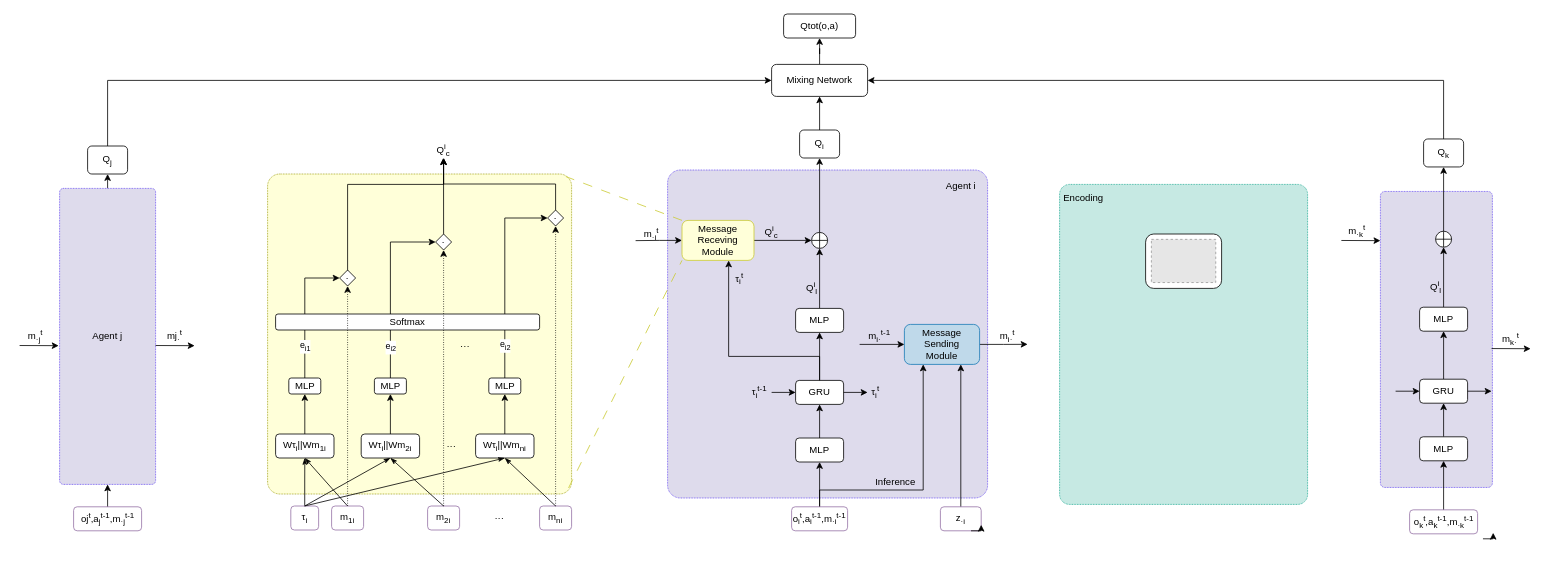
Before: network.drawio in fan-zine/drawio, a draw.io diagram. Source tidied: cells renumbered, new cells numbered last; positions are measured from the earlier drawing's top-left corner, leaving out a move shared by most shapes. Both pictures are drawn from the tidied source at 80%, with x=0, y=0 at pixel (19, 14). Pictures stored in the file or linked from it are replaced by grey dashed boxes.
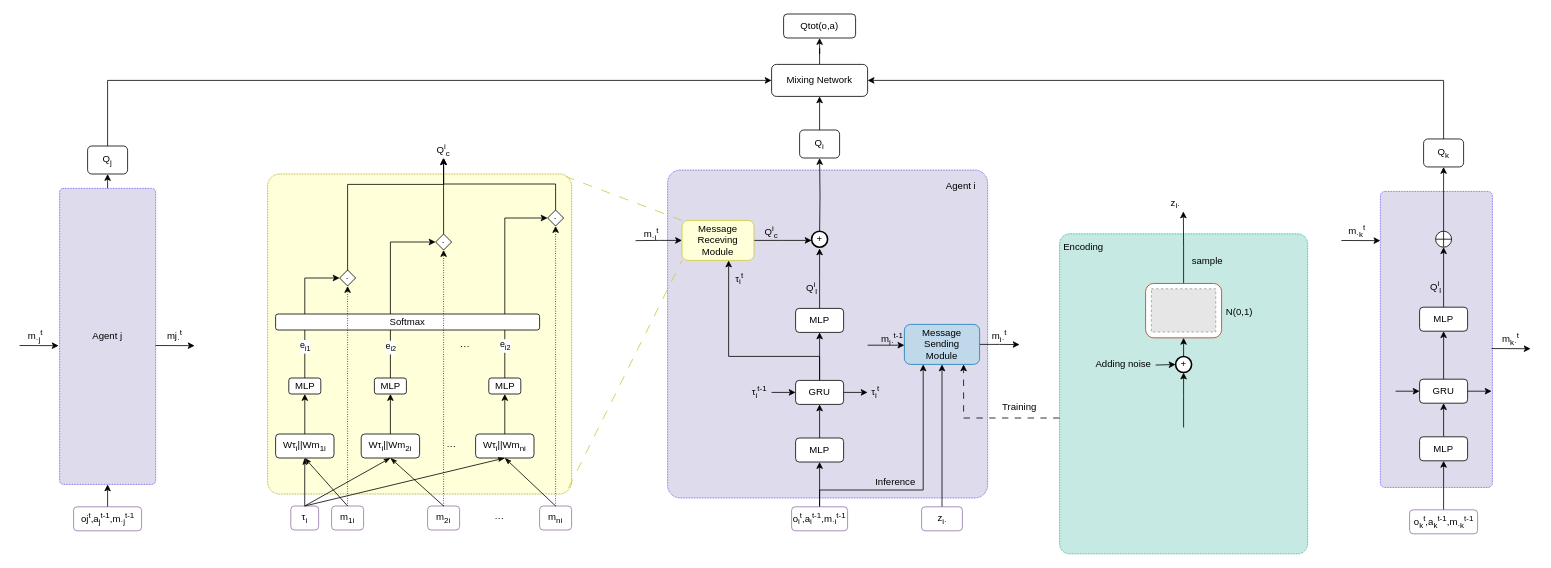
The same diagram, later.

The change refers to these unchanged cells:
```xml
<mxCell id="14" value="o&lt;sub&gt;i&lt;/sub&gt;&lt;sup&gt;t&lt;/sup&gt;,a&lt;sub&gt;i&lt;/sub&gt;&lt;sup&gt;t-1&lt;/sup&gt;,m&lt;sub&gt;·i&lt;/sub&gt;&lt;sup&gt;t-1&lt;/sup&gt;" style="text;html=1;align=center;verticalAlign=middle;whiteSpace=wrap;rounded=1;fillColor=none;strokeColor=#9673a6;" parent="1" vertex="1">
  <mxGeometry x="965" y="616" width="70" height="30" as="geometry" />
</mxCell>
<mxCell id="16" value="MLP" style="rounded=1;whiteSpace=wrap;html=1;" parent="1" vertex="1">
  <mxGeometry x="970" y="368" width="60" height="30" as="geometry" />
</mxCell>
<mxCell id="26" value="Message&lt;br&gt;Sending&lt;br&gt;Module" style="rounded=1;whiteSpace=wrap;html=1;fillColor=#bfd9ea;strokeColor=#1a7bb7;" parent="1" vertex="1">
  <mxGeometry x="1106" y="388" width="94" height="50" as="geometry" />
</mxCell>
<mxCell id="30" value="Message&lt;br&gt;Receving&lt;br&gt;Module" style="rounded=1;whiteSpace=wrap;html=1;fillColor=#ffffd9;strokeColor=#cbcb34;" parent="1" vertex="1">
  <mxGeometry x="828" y="258" width="90" height="50" as="geometry" />
</mxCell>
<mxCell id="98" value="Q&lt;sub&gt;i&lt;/sub&gt;" style="rounded=1;whiteSpace=wrap;html=1;strokeColor=default;align=center;verticalAlign=middle;fontFamily=Helvetica;fontSize=12;fontColor=default;fillColor=default;" parent="1" vertex="1">
  <mxGeometry x="975" y="145" width="50" height="35" as="geometry" />
</mxCell>
```

What changed in the source:
```diff
@@
+    <mxCell id="103" style="rounded=1;whiteSpace=wrap;html=1;strokeColor=#0ba289;align=center;verticalAlign=middle;fontFamily=Helvetica;fontSize=12;fillColor=#c6e9e3;shadow=0;glass=0;arcSize=4;dashed=1;dashPattern=1 1;" parent="1" vertex="1">
+      <mxGeometry x="1300" y="274.8" width="310" height="400" as="geometry" />
+    </mxCell>
@@
     <mxCell id="13" style="edgeStyle=orthogonalEdgeStyle;rounded=0;jettySize=auto;html=1;exitX=0.5;exitY=0;exitDx=0;exitDy=0;entryX=0.25;entryY=1;entryDx=0;entryDy=0;fontFamily=Helvetica;fontSize=12;fontColor=default;" parent="1" edge="1" source="14" target="26">
       <mxGeometry relative="1" as="geometry">
         <Array as="points">
           <mxPoint x="1000" y="595" />
           <mxPoint x="1130" y="595" />
+          <mxPoint x="1130" y="438" />
         </Array>
       </mxGeometry>
     </mxCell>
@@
-    <mxCell id="15" style="edgeStyle=orthogonalEdgeStyle;rounded=0;jettySize=auto;html=1;exitX=0.5;exitY=0;exitDx=0;exitDy=0;entryX=0.5;entryY=1;entryDx=0;entryDy=0;fontFamily=Helvetica;fontSize=12;fontColor=default;" parent="1" edge="1" source="16" target="34">
-      <mxGeometry relative="1" as="geometry" />
+    <mxCell id="15" style="edgeStyle=orthogonalEdgeStyle;rounded=0;jettySize=auto;html=1;exitX=0.5;exitY=0;exitDx=0;exitDy=0;entryX=0.5;entryY=1;entryDx=0;entryDy=0;fontFamily=Helvetica;fontSize=12;fontColor=default;" parent="1" edge="1" source="16">
+      <mxGeometry relative="1" as="geometry">
+        <mxPoint x="1000" y="293" as="targetPoint" />
+      </mxGeometry>
     </mxCell>
@@
-    <mxCell id="25" style="edgeStyle=orthogonalEdgeStyle;rounded=0;jettySize=auto;html=1;exitX=1;exitY=0.5;exitDx=0;exitDy=0;fontFamily=Helvetica;fontSize=12;fontColor=default;" parent="1" edge="1" source="26">
-      <mxGeometry relative="1" as="geometry">
-        <mxPoint x="1260" y="412.9" as="targetPoint" />
-      </mxGeometry>
-    </mxCell>
+    <mxCell id="118" style="edgeStyle=orthogonalEdgeStyle;rounded=0;jettySize=auto;html=1;exitX=1;exitY=0.5;exitDx=0;exitDy=0;fontFamily=Helvetica;fontSize=12;fontColor=default;" parent="1" edge="1" source="26">
+      <mxGeometry relative="1" as="geometry">
+        <mxPoint x="1250" y="413.2" as="targetPoint" />
+      </mxGeometry>
+    </mxCell>
@@
-    <mxCell id="27" style="edgeStyle=orthogonalEdgeStyle;rounded=0;jettySize=auto;html=1;exitX=1;exitY=0.5;exitDx=0;exitDy=0;entryX=0;entryY=0.5;entryDx=0;entryDy=0;" parent="1" edge="1" source="30" target="34">
-      <mxGeometry relative="1" as="geometry" />
+    <mxCell id="27" style="edgeStyle=orthogonalEdgeStyle;rounded=0;jettySize=auto;html=1;exitX=1;exitY=0.5;exitDx=0;exitDy=0;entryX=0;entryY=0.5;entryDx=0;entryDy=0;" parent="1" edge="1" source="30">
+      <mxGeometry relative="1" as="geometry">
+        <mxPoint x="990" y="283" as="targetPoint" />
+      </mxGeometry>
     </mxCell>
@@
-    <mxCell id="33" style="edgeStyle=orthogonalEdgeStyle;rounded=0;jettySize=auto;html=1;exitX=0.5;exitY=0;exitDx=0;exitDy=0;entryX=0.5;entryY=1;entryDx=0;entryDy=0;fontFamily=Helvetica;fontSize=12;fontColor=default;" parent="1" edge="1" source="34" target="98">
-      <mxGeometry relative="1" as="geometry" />
+    <mxCell id="33" style="edgeStyle=orthogonalEdgeStyle;rounded=0;jettySize=auto;html=1;exitX=0.5;exitY=0;exitDx=0;exitDy=0;entryX=0.5;entryY=1;entryDx=0;entryDy=0;fontFamily=Helvetica;fontSize=12;fontColor=default;" parent="1" edge="1" target="98">
+      <mxGeometry relative="1" as="geometry">
+        <mxPoint x="1000" y="273" as="sourcePoint" />
+      </mxGeometry>
     </mxCell>
-    <mxCell id="34" style="shape=orEllipse;perimeter=ellipsePerimeter;whiteSpace=wrap;html=1;backgroundOutline=1;" parent="1" vertex="1">
-      <mxGeometry x="990" y="273" width="20" height="20" as="geometry" />
-    </mxCell>
@@
-    <mxCell id="36" style="edgeStyle=orthogonalEdgeStyle;rounded=0;jettySize=auto;html=1;exitX=0.5;exitY=0;exitDx=0;exitDy=0;entryX=0.75;entryY=1;entryDx=0;entryDy=0;fontFamily=Helvetica;fontSize=12;fontColor=default;" parent="1" edge="1" source="37" target="26">
+    <mxCell id="36" style="edgeStyle=orthogonalEdgeStyle;rounded=0;jettySize=auto;html=1;exitX=0.5;exitY=0;exitDx=0;exitDy=0;entryX=0.5;entryY=1;entryDx=0;entryDy=0;fontFamily=Helvetica;fontSize=12;fontColor=default;" parent="1" edge="1" source="37" target="26">
       <mxGeometry relative="1" as="geometry" />
     </mxCell>
-    <mxCell id="37" value="z&lt;sub&gt;·i&lt;/sub&gt;" style="text;html=1;align=center;verticalAlign=middle;whiteSpace=wrap;rounded=1;fillColor=none;strokeColor=#9673a6;" parent="1" vertex="1">
-      <mxGeometry x="1151" y="616" width="51" height="30" as="geometry" />
+    <mxCell id="37" value="z&lt;sub&gt;i·&lt;/sub&gt;" style="text;html=1;align=center;verticalAlign=middle;whiteSpace=wrap;rounded=1;fillColor=none;strokeColor=#9673a6;" parent="1" vertex="1">
+      <mxGeometry x="1127.5" y="616" width="51" height="30" as="geometry" />
     </mxCell>
     <mxCell id="38" value="m&lt;sub&gt;i·&lt;/sub&gt;&lt;sup&gt;t&lt;/sup&gt;" style="text;html=1;align=center;verticalAlign=middle;whiteSpace=wrap;rounded=0;" parent="1" vertex="1">
-      <mxGeometry x="1220" y="388" width="30" height="30" as="geometry" />
+      <mxGeometry x="1210" y="388" width="30" height="30" as="geometry" />
     </mxCell>
@@
-    <mxCell id="77" style="edgeStyle=orthogonalEdgeStyle;rounded=0;orthogonalLoop=1;jettySize=auto;html=1;exitX=0.75;exitY=1;exitDx=0;exitDy=0;entryX=1;entryY=0.75;entryDx=0;entryDy=0;fontFamily=Helvetica;fontSize=12;fontColor=default;" parent="1" edge="1" source="37" target="37">
-      <mxGeometry relative="1" as="geometry" />
-    </mxCell>
-    <mxCell id="78" style="endArrow=classic;html=1;rounded=0;fontFamily=Helvetica;fontSize=12;fontColor=default;entryX=0;entryY=0.5;entryDx=0;entryDy=0;" parent="1" edge="1" target="26">
-      <mxGeometry relative="1" as="geometry">
-        <mxPoint x="1050" y="413" as="sourcePoint" />
-      </mxGeometry>
-    </mxCell>
     <mxCell id="79" value="m&lt;sub&gt;i·&lt;/sub&gt;&lt;sup&gt;t-1&lt;/sup&gt;" style="text;html=1;align=center;verticalAlign=middle;whiteSpace=wrap;rounded=0;" parent="1" vertex="1">
-      <mxGeometry x="1060" y="388" width="30" height="30" as="geometry" />
+      <mxGeometry x="1076" y="391.5" width="30" height="30" as="geometry" />
     </mxCell>
@@
-    <mxCell id="85" style="edgeStyle=orthogonalEdgeStyle;rounded=0;orthogonalLoop=1;jettySize=auto;html=1;exitX=0.75;exitY=1;exitDx=0;exitDy=0;entryX=1;entryY=0.75;entryDx=0;entryDy=0;fontFamily=Helvetica;fontSize=12;fontColor=default;" parent="1" edge="1">
-      <mxGeometry relative="1" as="geometry">
-        <mxPoint x="1829.2" y="656" as="sourcePoint" />
-        <mxPoint x="1842" y="648.5" as="targetPoint" />
-      </mxGeometry>
-    </mxCell>
@@
-    <mxCell id="103" style="rounded=1;whiteSpace=wrap;html=1;strokeColor=#0ba289;align=center;verticalAlign=middle;fontFamily=Helvetica;fontSize=12;fillColor=#c6e9e3;shadow=0;glass=0;arcSize=4;dashed=1;dashPattern=1 1;" parent="1" vertex="1">
-      <mxGeometry x="1300" y="213" width="310" height="400" as="geometry" />
-    </mxCell>
     <mxCell id="104" value="Encoding" style="text;html=1;align=center;verticalAlign=middle;whiteSpace=wrap;rounded=0;fontFamily=Helvetica;fontSize=12;fontColor=default;" parent="1" vertex="1">
-      <mxGeometry x="1300" y="215" width="60" height="30" as="geometry" />
+      <mxGeometry x="1300" y="276.8" width="60" height="30" as="geometry" />
     </mxCell>
@@
+    <mxCell id="119" style="edgeStyle=orthogonalEdgeStyle;rounded=0;jettySize=auto;html=1;exitX=0.5;exitY=0;exitDx=0;exitDy=0;fontFamily=Helvetica;fontSize=12;fontColor=default;" parent="1" edge="1" source="116">
+      <mxGeometry relative="1" as="geometry">
+        <mxPoint x="1454.7" y="246.8" as="targetPoint" />
+      </mxGeometry>
+    </mxCell>
-    <mxCell id="116" style="rounded=1;whiteSpace=wrap;html=1;strokeColor=default;align=center;verticalAlign=middle;fontFamily=Helvetica;fontSize=12;fontColor=default;fillColor=default;" parent="1" vertex="1">
-      <mxGeometry x="1407.5" y="275" width="95" height="68" as="geometry" />
+    <mxCell id="116" style="rounded=1;whiteSpace=wrap;html=1;strokeColor=#C73500;align=center;verticalAlign=middle;fontFamily=Helvetica;fontSize=12;fillColor=default;fontColor=#000000;" parent="1" vertex="1">
+      <mxGeometry x="1407.5" y="336.8" width="95" height="68" as="geometry" />
     </mxCell>
     <mxCell id="117" style="fillColor=#E6E6E6;strokeColor=#999999;dashed=1;verticalLabelPosition=bottom;labelBackgroundColor=default;verticalAlign=top;" parent="1" vertex="1">
-      <mxGeometry x="1414.7" y="281.7" width="80.5" height="54" as="geometry" />
+      <mxGeometry x="1414.7" y="343.5" width="80.5" height="54" as="geometry" />
     </mxCell>
+    <mxCell id="120" value="N(0,1)" style="text;html=1;align=center;verticalAlign=middle;whiteSpace=wrap;rounded=0;fontFamily=Helvetica;fontSize=12;fontColor=default;" parent="1" vertex="1">
+      <mxGeometry x="1495.3" y="358.2" width="60" height="30" as="geometry" />
+    </mxCell>
+    <mxCell id="121" value="&amp;nbsp;+&amp;nbsp;" style="ellipse;whiteSpace=wrap;html=1;strokeColor=default;align=center;verticalAlign=middle;fontFamily=Helvetica;fontSize=12;fontColor=default;fillColor=default;strokeWidth=2;" parent="1" vertex="1">
+      <mxGeometry x="990" y="271.5" width="20" height="20" as="geometry" />
+    </mxCell>
+    <mxCell id="122" style="edgeStyle=orthogonalEdgeStyle;rounded=0;jettySize=auto;html=1;exitX=0.5;exitY=0;exitDx=0;exitDy=0;entryX=0.5;entryY=1;entryDx=0;entryDy=0;fontFamily=Helvetica;fontSize=12;fontColor=default;" parent="1" edge="1" source="123" target="116">
+      <mxGeometry relative="1" as="geometry" />
+    </mxCell>
+    <mxCell id="123" value="&amp;nbsp;+&amp;nbsp;" style="ellipse;whiteSpace=wrap;html=1;strokeColor=default;align=center;verticalAlign=middle;fontFamily=Helvetica;fontSize=12;fontColor=default;fillColor=default;strokeWidth=2;" parent="1" vertex="1">
+      <mxGeometry x="1445" y="428.2" width="20" height="20" as="geometry" />
+    </mxCell>
+    <mxCell id="124" style="endArrow=classic;html=1;rounded=0;fontFamily=Helvetica;fontSize=12;fontColor=default;entryX=0;entryY=0.5;entryDx=0;entryDy=0;" parent="1" edge="1" target="123">
+      <mxGeometry relative="1" as="geometry">
+        <mxPoint x="1420" y="438.8" as="sourcePoint" />
+      </mxGeometry>
+    </mxCell>
+    <mxCell id="125" value="Adding noise" style="text;html=1;align=center;verticalAlign=middle;whiteSpace=wrap;rounded=0;fontFamily=Helvetica;fontSize=12;fontColor=default;" parent="1" vertex="1">
+      <mxGeometry x="1340" y="423.2" width="80" height="30" as="geometry" />
+    </mxCell>
+    <mxCell id="126" value="sample" style="text;html=1;align=center;verticalAlign=middle;whiteSpace=wrap;rounded=0;fontFamily=Helvetica;fontSize=12;fontColor=default;" parent="1" vertex="1">
+      <mxGeometry x="1460" y="293.5" width="50" height="30" as="geometry" />
+    </mxCell>
+    <mxCell id="127" value="z&lt;sub&gt;i·&lt;/sub&gt;" style="text;html=1;align=center;verticalAlign=middle;whiteSpace=wrap;rounded=0;fontFamily=Helvetica;fontSize=12;fontColor=default;" parent="1" vertex="1">
+      <mxGeometry x="1414.7" y="221.8" width="60" height="30" as="geometry" />
+    </mxCell>
+    <mxCell id="128" style="endArrow=classic;html=1;rounded=0;fontFamily=Helvetica;fontSize=12;fontColor=default;entryX=0.5;entryY=1;entryDx=0;entryDy=0;" parent="1" edge="1" target="123">
+      <mxGeometry relative="1" as="geometry">
+        <mxPoint x="1455" y="516.8" as="sourcePoint" />
+        <Array as="points">
+          <mxPoint x="1455" y="476.8" />
+        </Array>
+      </mxGeometry>
+    </mxCell>
+    <mxCell id="129" style="endArrow=classic;html=1;rounded=0;fontFamily=Helvetica;fontSize=12;fontColor=default;entryX=1;entryY=0.75;entryDx=0;entryDy=0;" parent="1" edge="1" target="79">
+      <mxGeometry relative="1" as="geometry">
+        <mxPoint x="1060" y="414" as="sourcePoint" />
+      </mxGeometry>
+    </mxCell>
+    <mxCell id="130" style="endArrow=classic;html=1;rounded=0;fontFamily=Helvetica;fontSize=12;fontColor=default;dashed=1;dashPattern=8 8;edgeStyle=orthogonalEdgeStyle;" parent="1" edge="1" source="103">
+      <mxGeometry relative="1" as="geometry">
+        <mxPoint x="1180" y="438" as="targetPoint" />
+        <Array as="points">
+          <mxPoint x="1180" y="505" />
+          <mxPoint x="1180" y="438" />
+        </Array>
+      </mxGeometry>
+    </mxCell>
+    <mxCell id="131" value="Training" style="text;html=1;align=center;verticalAlign=middle;whiteSpace=wrap;rounded=0;fontFamily=Helvetica;fontSize=12;fontColor=default;" parent="1" vertex="1">
+      <mxGeometry x="1220" y="475" width="60" height="33" as="geometry" />
+    </mxCell>
```
